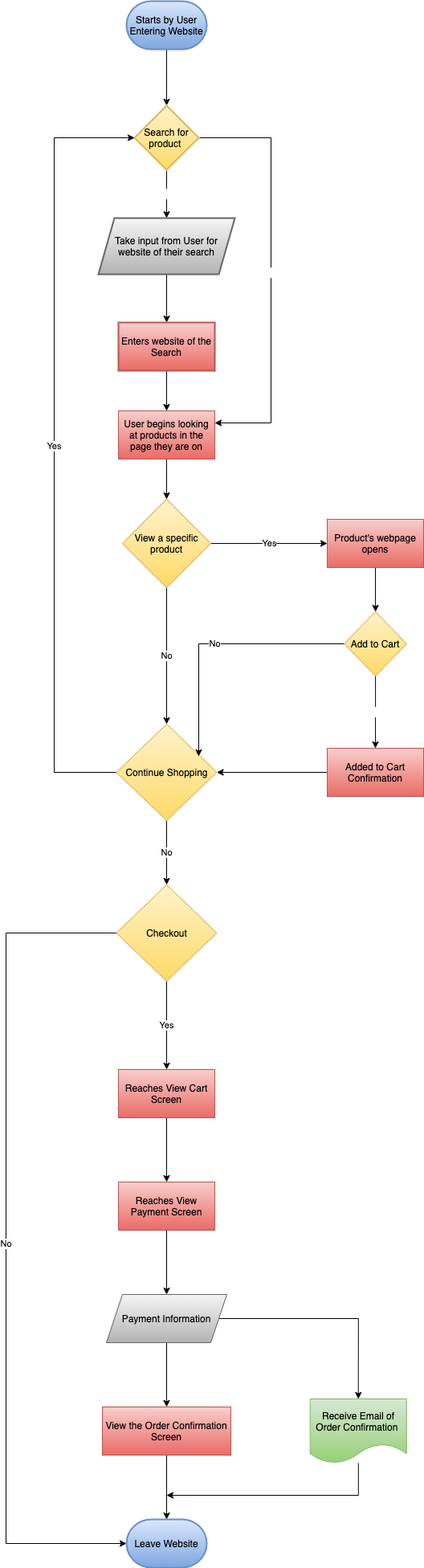
This is part2/part2.drawio.png from gaurav-dheeraj/sp21-cse110-lab4, a draw.io export, as it was before one commit. Source tidied: cells renumbered, new cells last; positions are measured from the earlier drawing's top-left corner, leaving out a move shared by most shapes.
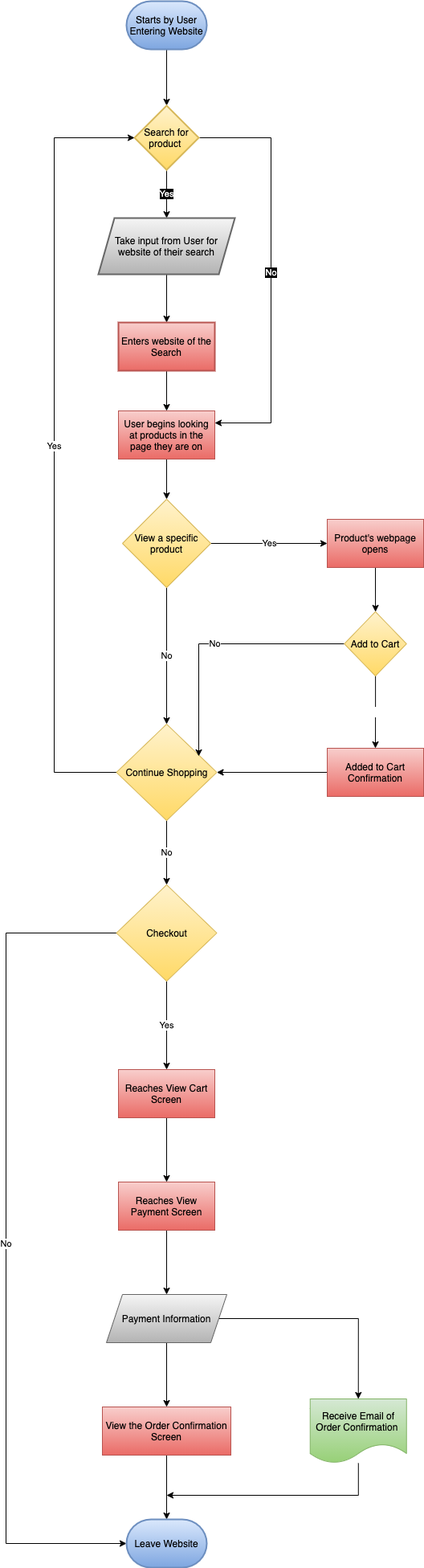
Later version of the same file.

The edit, as a diff of the source:
```diff
@@ -8,7 +8,7 @@
     <mxCell id="3" value="&lt;font color=&quot;#000000&quot;&gt;Starts by User Entering Website&lt;/font&gt;" style="strokeWidth=2;html=1;shape=mxgraph.flowchart.terminator;whiteSpace=wrap;fillColor=#dae8fc;strokeColor=#6c8ebf;gradientColor=#7ea6e0;" parent="1" vertex="1">
       <mxGeometry x="150" width="100" height="60" as="geometry" />
     </mxCell>
-    <mxCell id="4" value="&lt;font color=&quot;#ffffff&quot;&gt;No&lt;/font&gt;" style="edgeStyle=orthogonalEdgeStyle;rounded=0;jettySize=auto;html=1;entryX=1;entryY=0.25;entryDx=0;entryDy=0;" parent="1" edge="1" source="6" target="12">
+    <mxCell id="4" value="&lt;font color=&quot;#ffffff&quot; style=&quot;background-color: rgb(0 , 0 , 0)&quot;&gt;No&lt;/font&gt;" style="edgeStyle=orthogonalEdgeStyle;rounded=0;jettySize=auto;html=1;entryX=1;entryY=0.25;entryDx=0;entryDy=0;" parent="1" edge="1" source="6" target="12">
       <mxGeometry relative="1" as="geometry">
         <Array as="points">
           <mxPoint x="330" y="170" />
@@ -16,7 +16,7 @@
         </Array>
       </mxGeometry>
     </mxCell>
-    <mxCell id="5" value="&lt;font color=&quot;#ffffff&quot;&gt;Yes&lt;/font&gt;" style="edgeStyle=orthogonalEdgeStyle;rounded=0;jettySize=auto;html=1;" parent="1" edge="1" source="6" target="8">
+    <mxCell id="5" value="&lt;font color=&quot;#ffffff&quot; style=&quot;background-color: rgb(0 , 0 , 0)&quot;&gt;Yes&lt;/font&gt;" style="edgeStyle=orthogonalEdgeStyle;rounded=0;jettySize=auto;html=1;" parent="1" edge="1" source="6" target="8">
       <mxGeometry relative="1" as="geometry" />
     </mxCell>
     <mxCell id="6" value="&lt;font color=&quot;#000000&quot;&gt;Search for product&amp;nbsp;&lt;/font&gt;" style="rhombus;whiteSpace=wrap;html=1;strokeColor=#d6b656;strokeWidth=2;fillColor=#fff2cc;gradientColor=#ffd966;" parent="1" vertex="1">
```
